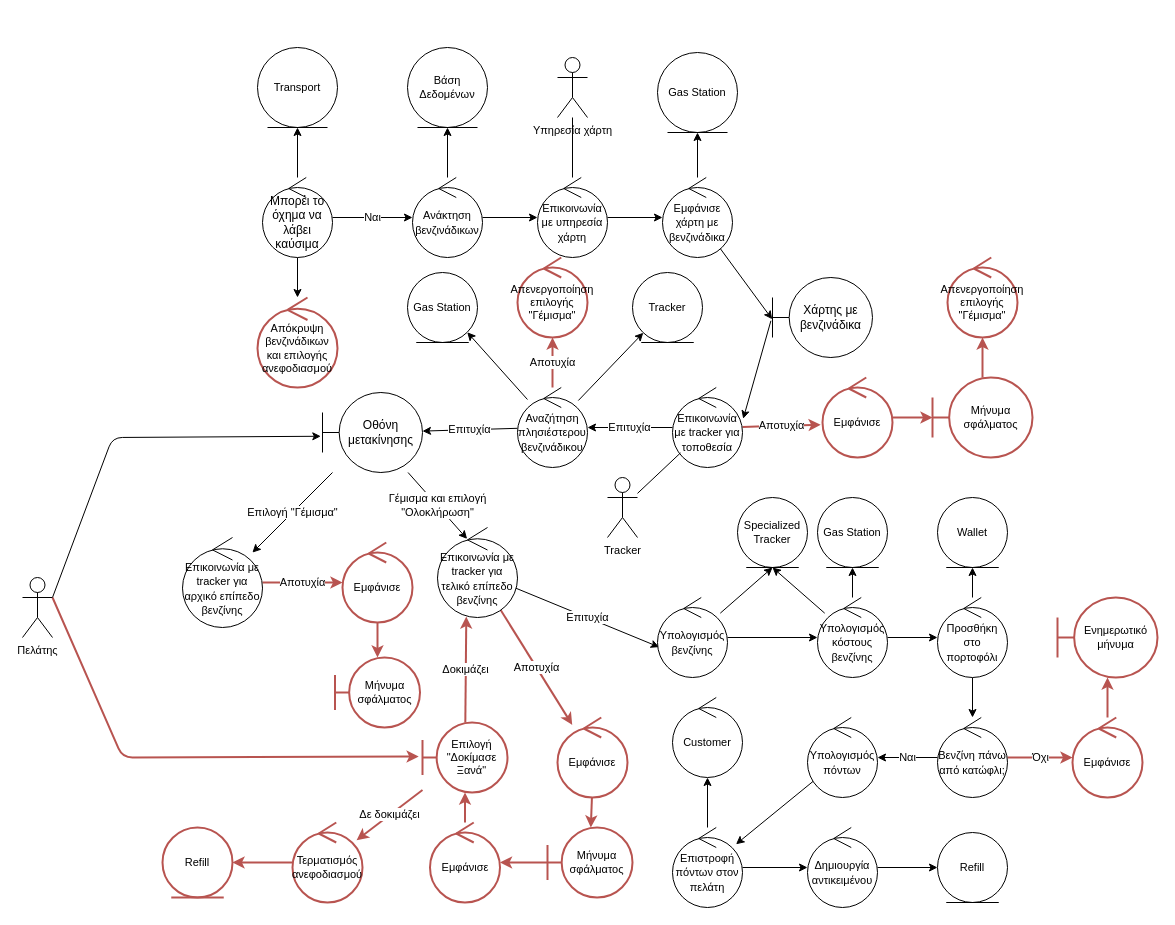
The draw.io diagram Part_2/Robustness/diagrams/13_Ανεφοδιασμός_Οχήματος.drawio in Nikolis2002/texnoligia_logismikou, before the edit. Source tidied: cells renumbered, new cells numbered last; positions are measured from the earlier drawing's top-left corner, leaving out a move shared by most shapes. Both pictures are drawn from the tidied source at 100%, with x=0, y=0 at pixel (22, 47).
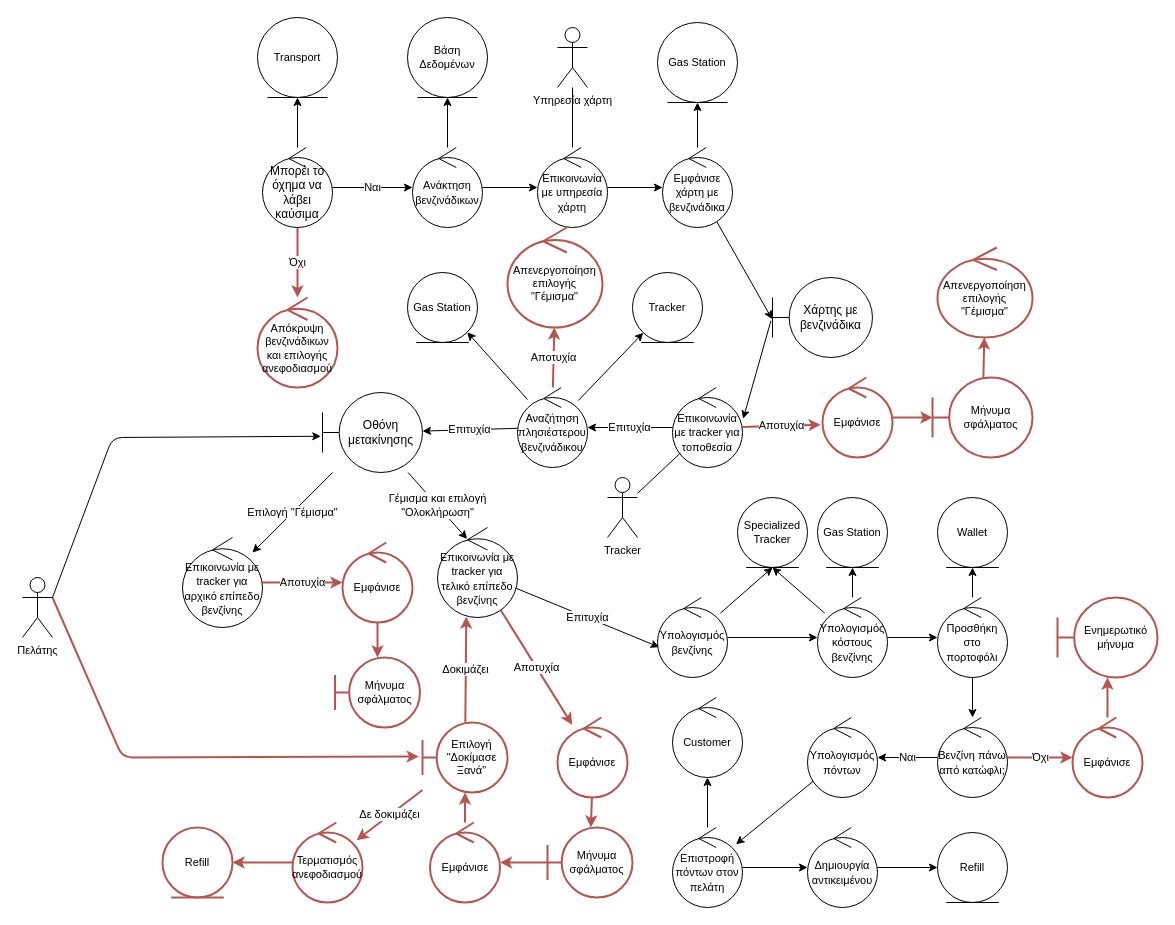
After the change.

Unchanged cells that the change refers to:
```xml
<mxCell id="10" value="Απόκρυψη βενζινάδικων&lt;br&gt;και επιλογής&lt;br&gt;ανεφοδιασμού" style="ellipse;shape=umlControl;whiteSpace=wrap;html=1;fontSize=11;strokeColor=#b85450;fillColor=none;strokeWidth=2;" parent="1" vertex="1">
  <mxGeometry x="235" y="250" width="80" height="90" as="geometry" />
</mxCell>
```

The edit, as a diff of the source:
```diff
@@
-    <mxCell id="4" style="edgeStyle=none;html=1;endArrow=classic;endFill=1;" parent="1" edge="1" source="5" target="10">
+    <mxCell id="4" value="Όχι" style="edgeStyle=none;html=1;endArrow=classic;endFill=1;fillColor=none;strokeColor=#b85450;strokeWidth=2;" parent="1" edge="1" source="5" target="10">
       <mxGeometry relative="1" as="geometry" />
     </mxCell>
     <mxCell id="5" value="Μπορέι το όχημα να λάβει καύσιμα" style="ellipse;shape=umlControl;whiteSpace=wrap;html=1;" parent="1" vertex="1">
-      <mxGeometry x="240" y="130" width="70" height="80" as="geometry" />
+      <mxGeometry x="240" y="100" width="70" height="80" as="geometry" />
     </mxCell>
@@
     <mxCell id="8" value="&lt;font style=&quot;font-size: 11px;&quot;&gt;Ανάκτηση βενζινάδικων&lt;/font&gt;" style="ellipse;shape=umlControl;whiteSpace=wrap;html=1;" parent="1" vertex="1">
-      <mxGeometry x="390" y="130" width="70" height="80" as="geometry" />
+      <mxGeometry x="390" y="100" width="70" height="80" as="geometry" />
     </mxCell>
     <mxCell id="9" value="Βάση Δεδομένων" style="ellipse;shape=umlEntity;whiteSpace=wrap;html=1;fontSize=11;" parent="1" vertex="1">
-      <mxGeometry x="385" width="80" height="80" as="geometry" />
+      <mxGeometry x="385" y="-30" width="80" height="80" as="geometry" />
     </mxCell>
@@
     <mxCell id="11" value="Transport" style="ellipse;shape=umlEntity;whiteSpace=wrap;html=1;fontSize=11;" parent="1" vertex="1">
-      <mxGeometry x="235" width="80" height="80" as="geometry" />
+      <mxGeometry x="235" y="-30" width="80" height="80" as="geometry" />
     </mxCell>
@@
     <mxCell id="17" value="&lt;font style=&quot;font-size: 11px;&quot;&gt;Επικοινωνία με υπηρεσία χάρτη&lt;/font&gt;" style="ellipse;shape=umlControl;whiteSpace=wrap;html=1;" parent="1" vertex="1">
-      <mxGeometry x="515" y="130" width="70" height="80" as="geometry" />
+      <mxGeometry x="515" y="100" width="70" height="80" as="geometry" />
     </mxCell>
     <mxCell id="18" value="Υπηρεσία χάρτη" style="shape=umlActor;verticalLabelPosition=bottom;verticalAlign=top;html=1;fontSize=11;" parent="1" vertex="1">
-      <mxGeometry x="535" y="10" width="30" height="60" as="geometry" />
+      <mxGeometry x="535" y="-20" width="30" height="60" as="geometry" />
     </mxCell>
@@
     <mxCell id="21" value="&lt;font style=&quot;font-size: 11px;&quot;&gt;Εμφάνισε χάρτη με βενζινάδικα&lt;/font&gt;" style="ellipse;shape=umlControl;whiteSpace=wrap;html=1;" parent="1" vertex="1">
-      <mxGeometry x="640" y="130" width="70" height="80" as="geometry" />
+      <mxGeometry x="640" y="100" width="70" height="80" as="geometry" />
     </mxCell>
@@
     <mxCell id="27" value="Gas Station" style="ellipse;shape=umlEntity;whiteSpace=wrap;html=1;fontSize=11;" parent="1" vertex="1">
-      <mxGeometry x="635" y="5" width="80" height="80" as="geometry" />
+      <mxGeometry x="635" y="-25" width="80" height="80" as="geometry" />
     </mxCell>
@@
     <mxCell id="41" value="&lt;font style=&quot;font-size: 11px;&quot;&gt;Απενεργοποίηση επιλογής &quot;Γέμισμα&quot;&lt;/font&gt;" style="ellipse;shape=umlControl;whiteSpace=wrap;html=1;fontSize=11;fillColor=none;strokeColor=#b85450;strokeWidth=2;" parent="1" vertex="1">
-      <mxGeometry x="925" y="210" width="70" height="80" as="geometry" />
+      <mxGeometry x="915" y="200" width="95" height="90" as="geometry" />
     </mxCell>
@@
     <mxCell id="45" value="&lt;font style=&quot;font-size: 11px;&quot;&gt;Απενεργοποίηση επιλογής &quot;Γέμισμα&quot;&lt;/font&gt;" style="ellipse;shape=umlControl;whiteSpace=wrap;html=1;fontSize=11;fillColor=none;strokeColor=#b85450;strokeWidth=2;" parent="1" vertex="1">
-      <mxGeometry x="495" y="210" width="70" height="80" as="geometry" />
+      <mxGeometry x="485" y="180" width="95" height="100" as="geometry" />
     </mxCell>
```
